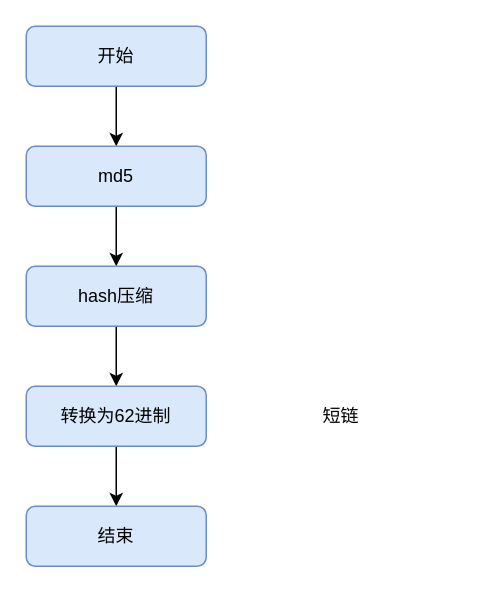
LanSeTianYe/draw keeps this draw.io diagram as xiwang/短链.drawio. Above is the earlier version. Source tidied: cells renumbered, new cells numbered last; positions are measured from the earlier drawing's top-left corner, leaving out a move shared by most shapes. Both pictures are drawn from the tidied source at 150%, with x=0, y=0 at pixel (26, 26).
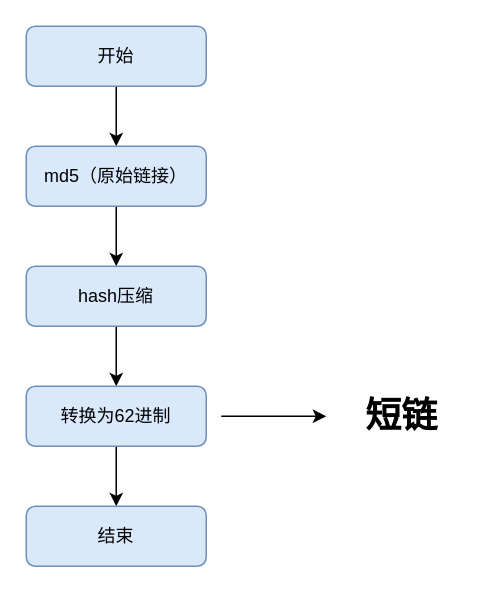
After the change.

Diff of the diagram source:
```diff
@@
 <mxGraphModel>
   <root>
     <mxCell id="0" />
     <mxCell id="1" parent="0" />
     <mxCell id="2" style="edgeStyle=orthogonalEdgeStyle;rounded=0;jettySize=auto;html=1;exitX=0.5;exitY=1;exitDx=0;exitDy=0;" parent="1" edge="1" source="3" target="5">
       <mxGeometry relative="1" as="geometry" />
     </mxCell>
     <mxCell id="3" value="开始" style="rounded=1;whiteSpace=wrap;html=1;fillColor=#dae8fc;strokeColor=#6c8ebf;" parent="1" vertex="1">
       <mxGeometry width="120" height="40" as="geometry" />
     </mxCell>
     <mxCell id="4" style="edgeStyle=orthogonalEdgeStyle;rounded=0;jettySize=auto;html=1;exitX=0.5;exitY=1;exitDx=0;exitDy=0;" parent="1" edge="1" source="5" target="7">
       <mxGeometry relative="1" as="geometry" />
     </mxCell>
-    <mxCell id="5" value="md5" style="rounded=1;whiteSpace=wrap;html=1;fillColor=#dae8fc;strokeColor=#6c8ebf;" parent="1" vertex="1">
+    <mxCell id="5" value="md5（原始链接）" style="rounded=1;whiteSpace=wrap;html=1;fillColor=#dae8fc;strokeColor=#6c8ebf;" parent="1" vertex="1">
       <mxGeometry y="80" width="120" height="40" as="geometry" />
     </mxCell>
     <mxCell id="6" style="edgeStyle=orthogonalEdgeStyle;rounded=0;jettySize=auto;html=1;exitX=0.5;exitY=1;exitDx=0;exitDy=0;" parent="1" edge="1" source="7" target="9">
       <mxGeometry relative="1" as="geometry" />
     </mxCell>
     <mxCell id="7" value="hash压缩" style="rounded=1;whiteSpace=wrap;html=1;fillColor=#dae8fc;strokeColor=#6c8ebf;" parent="1" vertex="1">
       <mxGeometry y="160" width="120" height="40" as="geometry" />
     </mxCell>
     <mxCell id="8" style="edgeStyle=orthogonalEdgeStyle;rounded=0;jettySize=auto;html=1;exitX=0.5;exitY=1;exitDx=0;exitDy=0;" parent="1" edge="1" source="9" target="10">
       <mxGeometry relative="1" as="geometry" />
     </mxCell>
     <mxCell id="9" value="转换为62进制" style="rounded=1;whiteSpace=wrap;html=1;fillColor=#dae8fc;strokeColor=#6c8ebf;" parent="1" vertex="1">
       <mxGeometry y="240" width="120" height="40" as="geometry" />
     </mxCell>
     <mxCell id="10" value="结束" style="rounded=1;whiteSpace=wrap;html=1;fillColor=#dae8fc;strokeColor=#6c8ebf;" parent="1" vertex="1">
       <mxGeometry y="320" width="120" height="40" as="geometry" />
     </mxCell>
-    <mxCell id="11" value="短链" style="text;html=1;align=center;verticalAlign=middle;whiteSpace=wrap;rounded=0;" parent="1" vertex="1">
-      <mxGeometry x="180" y="240" width="60" height="40" as="geometry" />
+    <mxCell id="11" value="短链" style="text;strokeColor=none;fillColor=none;html=1;fontSize=24;fontStyle=1;verticalAlign=middle;align=center;" parent="1" vertex="1">
+      <mxGeometry x="200" y="240" width="100" height="40" as="geometry" />
     </mxCell>
+    <mxCell id="12" style="endArrow=classic;html=1;rounded=0;entryX=0;entryY=0.5;entryDx=0;entryDy=0;" parent="1" edge="1" target="11">
+      <mxGeometry relative="1" as="geometry">
+        <mxPoint x="140" y="260" as="sourcePoint" />
+        <Array as="points">
+          <mxPoint x="160" y="260" />
+          <mxPoint x="130" y="260" />
+        </Array>
+      </mxGeometry>
+    </mxCell>
   </root>
 </mxGraphModel>
```
